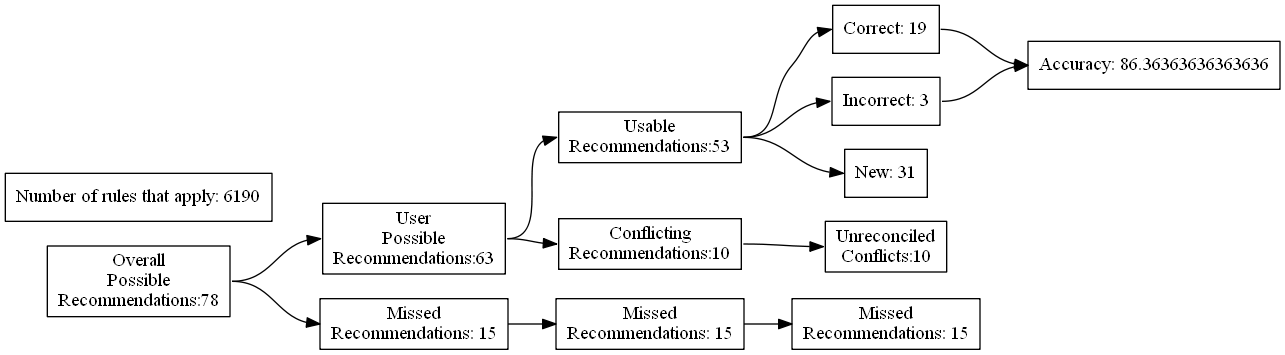
Before: test_renders/26.gv.png, a diagram exported from Graphviz (ZaxR/ibd_diet_analysis). Its source is kept beside it as test_renders/26.gv.
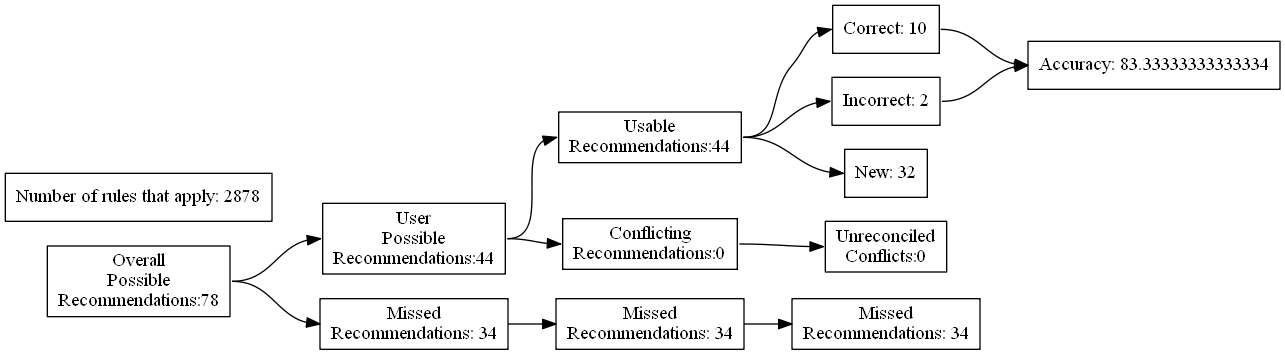
The same diagram one commit later.

What changed in the source:
```diff
@@ -7,24 +7,24 @@
 Recommendations:78"]
 		B [label="User
 Possible
-Recommendations:63"]
+Recommendations:44"]
 		C [label="Missed
-Recommendations: 15"]
+Recommendations: 34"]
 		D [label="Usable
-Recommendations:53"]
+Recommendations:44"]
 		E [label="Conflicting
-Recommendations:10"]
+Recommendations:0"]
 		J [label="Missed
-Recommendations: 15"]
+Recommendations: 34"]
 		M [label="Unreconciled
-Conflicts:10"]
-		F [label="Correct: 19"]
-		G [label="Incorrect: 3"]
-		H [label="New: 31"]
+Conflicts:0"]
+		F [label="Correct: 10"]
+		G [label="Incorrect: 2"]
+		H [label="New: 32"]
 		K [label="Missed
-Recommendations: 15"]
-		I [label="Accuracy: 86.36363636363636"]
-		l [label="Number of rules that apply: 6190"]
+Recommendations: 34"]
+		I [label="Accuracy: 83.33333333333334"]
+		l [label="Number of rules that apply: 2878"]
 			A -> B
 			A -> C
 			B -> D
```
